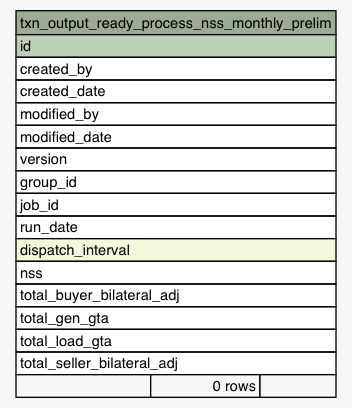
Before: Data/settlement/diagrams/summary/txn_output_ready_process_nss_monthly_prelim.1degree.png, a diagram exported from Graphviz (eyana-m/python-data-dictionary-writer). Its source is kept beside it as Data/settlement/diagrams/summary/txn_output_ready_process_nss_monthly_prelim.1degree.dot.
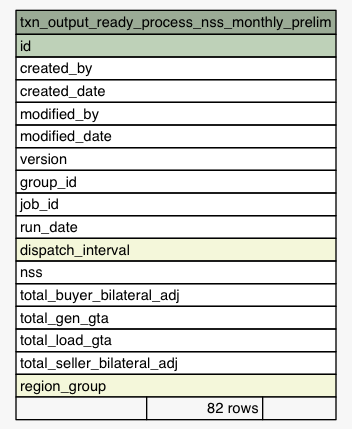
Later version of the same file.

Diff of the diagram source:
```diff
@@ -34,7 +34,8 @@
       <TR><TD PORT="total_gen_gta" COLSPAN="3" ALIGN="LEFT">total_gen_gta</TD></TR>
       <TR><TD PORT="total_load_gta" COLSPAN="3" ALIGN="LEFT">total_load_gta</TD></TR>
       <TR><TD PORT="total_seller_bilateral_adj" COLSPAN="3" ALIGN="LEFT">total_seller_bilateral_adj</TD></TR>
-      <TR><TD ALIGN="LEFT" BGCOLOR="#f7f7f7">  </TD><TD ALIGN="RIGHT" BGCOLOR="#f7f7f7">0 rows</TD><TD ALIGN="RIGHT" BGCOLOR="#f7f7f7">  </TD></TR>
+      <TR><TD PORT="region_group" COLSPAN="3" BGCOLOR="#f4f7da" ALIGN="LEFT">region_group</TD></TR>
+      <TR><TD ALIGN="LEFT" BGCOLOR="#f7f7f7">  </TD><TD ALIGN="RIGHT" BGCOLOR="#f7f7f7">82 rows</TD><TD ALIGN="RIGHT" BGCOLOR="#f7f7f7">  </TD></TR>
     </TABLE>>
     URL="tables/txn_output_ready_process_nss_monthly_prelim.html"
     tooltip="txn_output_ready_process_nss_monthly_prelim"
```
